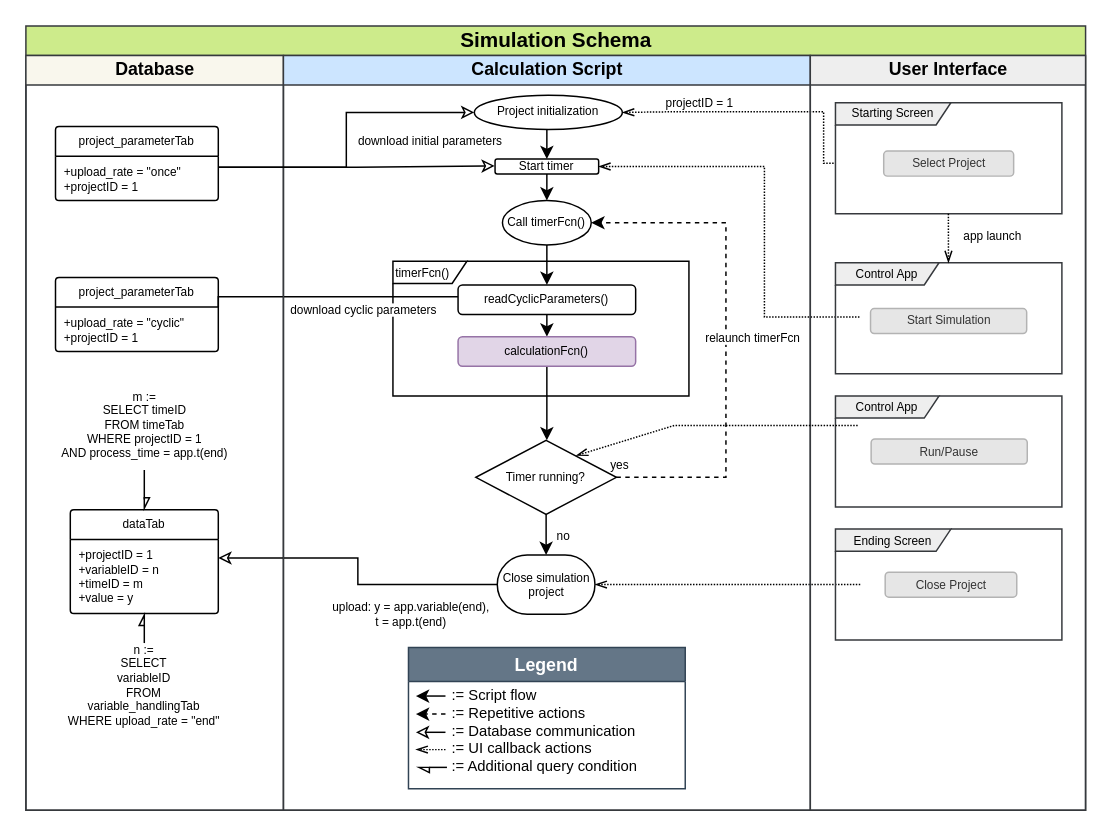
Above: page "Page-1" (1 of 2) of ProcessCycle.drawio in Yumatlab/bioprocesssimulation (draw.io), before the change. Source tidied: cells renumbered, new cells numbered last; positions are measured from the earlier drawing's top-left corner, leaving out a move shared by most shapes. Both pictures are drawn from the tidied source at 148%, with x=0, y=0 at pixel (25, 25).
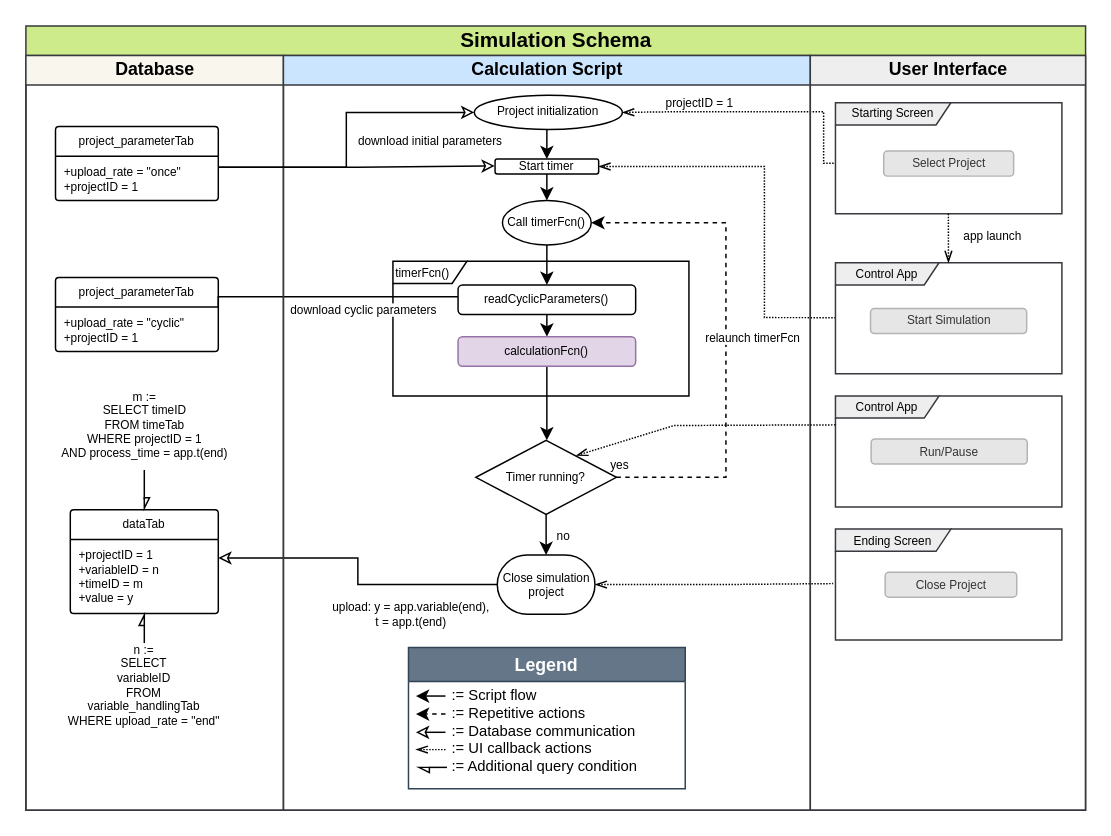
After the change.

The change refers to these unchanged cells:
```xml
<mxCell id="2" value="&lt;font style=&quot;font-size: 14px;&quot;&gt;Simulation Schema&lt;/font&gt;" style="swimlane;startSize=20;html=1;horizontal=1;fillColor=#cdeb8b;strokeColor=#36393d;" parent="1" vertex="1">
  <mxGeometry width="716" height="530" as="geometry" />
</mxCell>
<mxCell id="25" value="&lt;font style=&quot;font-size: 8px;&quot;&gt;Timer running?&lt;/font&gt;" style="strokeWidth=1;html=1;shape=mxgraph.flowchart.decision;whiteSpace=wrap;fontSize=8;" parent="21" vertex="1">
  <mxGeometry x="130" y="260" width="95" height="50" as="geometry" />
</mxCell>
<mxCell id="26" value="Start timer" style="rounded=1;whiteSpace=wrap;html=1;fontSize=8;" parent="21" vertex="1">
  <mxGeometry x="143" y="70" width="70" height="10" as="geometry" />
</mxCell>
<mxCell id="27" value="&lt;font style=&quot;font-size: 8px;&quot;&gt;Close simulation project&lt;/font&gt;" style="strokeWidth=1;html=1;shape=mxgraph.flowchart.terminator;whiteSpace=wrap;fontSize=8;" parent="21" vertex="1">
  <mxGeometry x="144.5" y="337.5" width="66" height="40" as="geometry" />
</mxCell>
<mxCell id="50" value="&lt;font style=&quot;font-size: 8px;&quot;&gt;Control App&lt;/font&gt;" style="shape=umlFrame;whiteSpace=wrap;html=1;width=70;height=15;fillColor=#eeeeee;strokeColor=#36393d;fontSize=8;" parent="47" vertex="1">
  <mxGeometry x="17" y="140" width="153" height="75" as="geometry" />
</mxCell>
<mxCell id="52" value="&lt;font style=&quot;font-size: 8px;&quot;&gt;Control App&lt;/font&gt;" style="shape=umlFrame;whiteSpace=wrap;html=1;width=70;height=15;fillColor=#eeeeee;strokeColor=#36393d;fontSize=8;" parent="47" vertex="1">
  <mxGeometry x="17" y="230" width="153" height="75" as="geometry" />
</mxCell>
<mxCell id="54" value="&lt;font style=&quot;font-size: 8px;&quot;&gt;Ending Screen&lt;/font&gt;" style="shape=umlFrame;whiteSpace=wrap;html=1;width=78;height=15;fillColor=#eeeeee;strokeColor=#36393d;fontSize=8;" parent="47" vertex="1">
  <mxGeometry x="17" y="320" width="153" height="75" as="geometry" />
</mxCell>
```

What changed in the source:
```diff
@@
-    <mxCell id="16" style="edgeStyle=orthogonalEdgeStyle;rounded=0;jettySize=auto;html=1;exitX=-0.005;exitY=0.489;exitDx=0;exitDy=0;entryX=1;entryY=0.5;entryDx=0;entryDy=0;dashed=1;dashPattern=1 1;endArrow=openThin;endFill=0;exitPerimeter=0;fontSize=8;" parent="2" edge="1" target="26">
+    <mxCell id="16" style="edgeStyle=orthogonalEdgeStyle;rounded=0;jettySize=auto;html=1;exitX=0.001;exitY=0.495;exitDx=0;exitDy=0;entryX=1;entryY=0.5;entryDx=0;entryDy=0;dashed=1;dashPattern=1 1;endArrow=openThin;endFill=0;exitPerimeter=0;fontSize=8;" parent="2" edge="1" source="50" target="26">
       <mxGeometry relative="1" as="geometry">
-        <mxPoint x="563.2" y="196.7" as="sourcePoint" />
         <Array as="points">
           <mxPoint x="499" y="197" />
           <mxPoint x="499" y="95" />
         </Array>
       </mxGeometry>
     </mxCell>
@@
-    <mxCell id="20" style="edgeStyle=orthogonalEdgeStyle;rounded=0;jettySize=auto;html=1;exitX=1;exitY=0.5;exitDx=0;exitDy=0;endArrow=none;endFill=0;startArrow=openThin;startFill=0;dashed=1;dashPattern=1 1;exitPerimeter=0;fontSize=8;" parent="2" edge="1" source="27">
-      <mxGeometry relative="1" as="geometry">
-        <mxPoint x="564" y="377.5" as="targetPoint" />
-      </mxGeometry>
+    <mxCell id="20" style="edgeStyle=orthogonalEdgeStyle;rounded=0;jettySize=auto;html=1;exitX=1;exitY=0.5;exitDx=0;exitDy=0;endArrow=none;endFill=0;startArrow=openThin;startFill=0;dashed=1;dashPattern=1 1;exitPerimeter=0;fontSize=8;entryX=-0.01;entryY=0.491;entryDx=0;entryDy=0;entryPerimeter=0;" parent="2" edge="1" source="27" target="54">
+      <mxGeometry relative="1" as="geometry" />
     </mxCell>
@@
-    <mxCell id="58" style="endArrow=openThin;html=1;rounded=0;exitX=-0.013;exitY=0.267;exitDx=0;exitDy=0;exitPerimeter=0;endFill=0;dashed=1;dashPattern=1 1;entryX=0.714;entryY=0.207;entryDx=0;entryDy=0;entryPerimeter=0;fontSize=8;" parent="2" edge="1" target="25">
+    <mxCell id="58" style="endArrow=openThin;html=1;rounded=0;endFill=0;dashed=1;dashPattern=1 1;entryX=0.714;entryY=0.207;entryDx=0;entryDy=0;entryPerimeter=0;fontSize=8;exitX=0;exitY=0.261;exitDx=0;exitDy=0;exitPerimeter=0;" parent="2" edge="1" source="52" target="25">
       <mxGeometry relative="1" as="geometry">
-        <mxPoint x="562" y="270" as="sourcePoint" />
         <Array as="points">
-          <mxPoint x="538" y="270" />
           <mxPoint x="438" y="270" />
         </Array>
       </mxGeometry>
     </mxCell>
```
